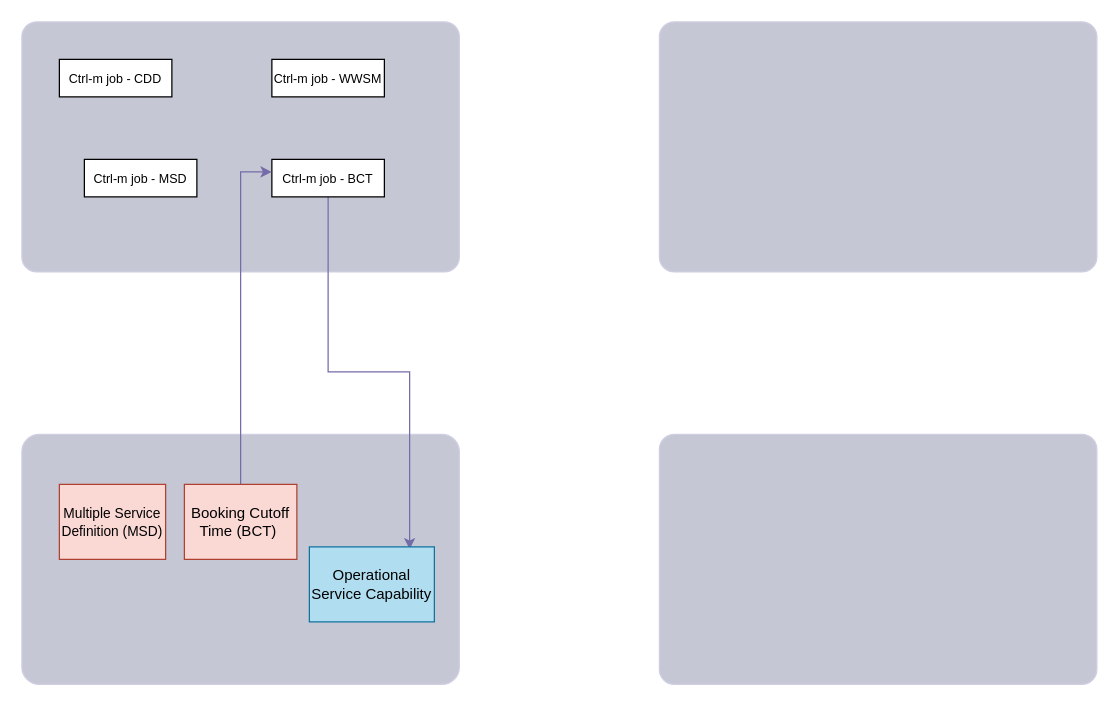
This is Diagram/Untitled Diagram.drawio from Str4nge/Draw_io, a draw.io file, before an edit. Source tidied: cells renumbered, new cells numbered last; positions are measured from the earlier drawing's top-left corner, leaving out a move shared by most shapes. Both pictures are drawn from the tidied source at 125%, with x=0, y=0 at pixel (21, 21).
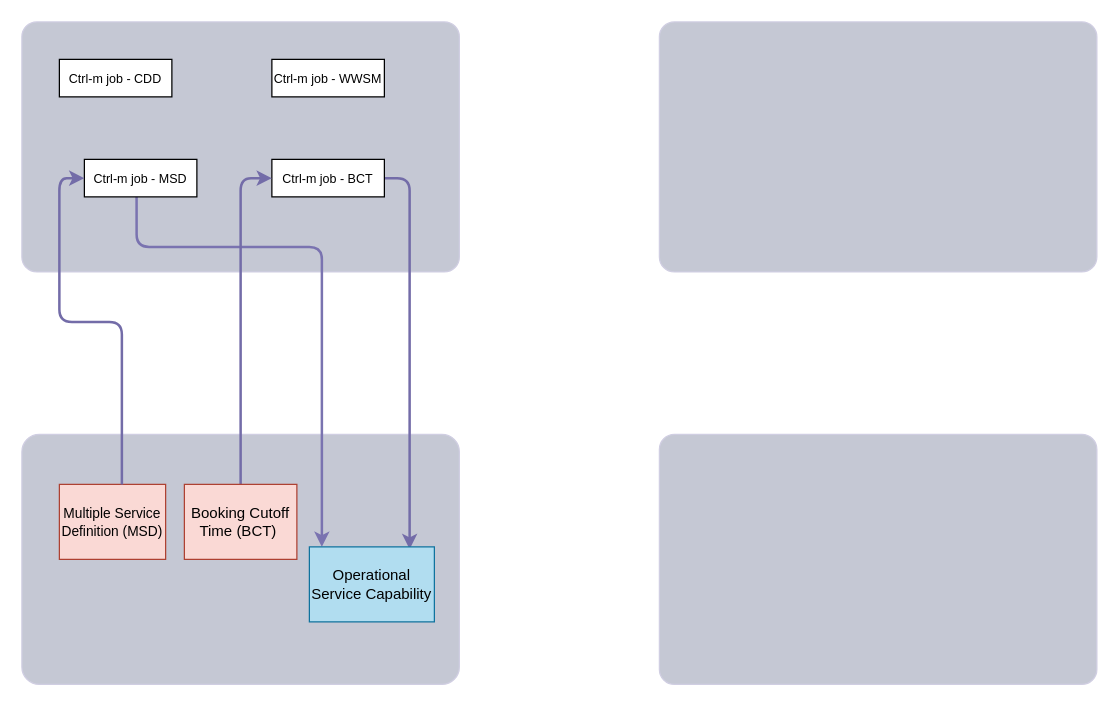
After the change.

The change refers to these unchanged cells:
```xml
<mxCell id="2" style="rounded=1;whiteSpace=wrap;html=1;labelBackgroundColor=none;fillColor=#C5C8D4;strokeColor=#D0CEE2;fontColor=#1A1A1A;arcSize=6;" parent="1" vertex="1">
  <mxGeometry width="350" height="200" as="geometry" />
</mxCell>
<mxCell id="9" value="&lt;font style=&quot;font-size: 10px;&quot;&gt;Ctrl-m job - BCT&lt;/font&gt;" style="rounded=0;whiteSpace=wrap;html=1;" parent="1" vertex="1">
  <mxGeometry x="200" y="110" width="90" height="30" as="geometry" />
</mxCell>
<mxCell id="10" value="&lt;font style=&quot;font-size: 10px;&quot;&gt;Ctrl-m job - MSD&lt;/font&gt;" style="rounded=0;whiteSpace=wrap;html=1;" parent="1" vertex="1">
  <mxGeometry x="50" y="110" width="90" height="30" as="geometry" />
</mxCell>
<mxCell id="13" value="Booking Cutoff Time (BCT)&amp;nbsp;" style="rounded=0;whiteSpace=wrap;html=1;strokeColor=#ae4132;fillColor=#fad9d5;" parent="1" vertex="1">
  <mxGeometry x="130" y="370" width="90" height="60" as="geometry" />
</mxCell>
<mxCell id="14" value="Operational Service Capability" style="rounded=0;whiteSpace=wrap;html=1;strokeColor=#10739e;fillColor=#b1ddf0;" parent="1" vertex="1">
  <mxGeometry x="230" y="420" width="100" height="60" as="geometry" />
</mxCell>
```

The edit, as a diff of the source:
```diff
@@
-    <mxCell id="8" style="edgeStyle=orthogonalEdgeStyle;rounded=0;jettySize=auto;html=1;entryX=0.802;entryY=0.031;entryDx=0;entryDy=0;entryPerimeter=0;strokeColor=#736CA8;fontColor=#1A1A1A;" parent="1" edge="1" source="9" target="14">
+    <mxCell id="8" style="edgeStyle=orthogonalEdgeStyle;rounded=1;jettySize=auto;html=1;entryX=0.802;entryY=0.031;entryDx=0;entryDy=0;entryPerimeter=0;strokeColor=#736CA8;fontColor=#1A1A1A;jumpStyle=arc;strokeWidth=2;exitX=1;exitY=0.5;exitDx=0;exitDy=0;" parent="1" edge="1" source="9" target="14">
       <mxGeometry relative="1" as="geometry" />
     </mxCell>
@@
+    <mxCell id="15" style="edgeStyle=orthogonalEdgeStyle;rounded=1;jettySize=auto;html=1;strokeColor=#7a73b0;exitX=0.464;exitY=0.965;exitDx=0;exitDy=0;exitPerimeter=0;strokeWidth=2;targetPerimeterSpacing=0;jumpSize=6;" parent="1" edge="1" source="10" target="14">
+      <mxGeometry relative="1" as="geometry">
+        <Array as="points">
+          <mxPoint x="92" y="180" />
+          <mxPoint x="240" y="180" />
+        </Array>
+      </mxGeometry>
+    </mxCell>
@@
-    <mxCell id="12" style="edgeStyle=orthogonalEdgeStyle;rounded=0;jettySize=auto;html=1;strokeColor=#736CA8;fontColor=#1A1A1A;entryX=0.571;entryY=0.6;entryDx=0;entryDy=0;entryPerimeter=0;" parent="1" edge="1" source="13" target="2">
+    <mxCell id="12" style="edgeStyle=orthogonalEdgeStyle;rounded=1;jettySize=auto;html=1;strokeColor=#736CA8;fontColor=#1A1A1A;entryX=0;entryY=0.5;entryDx=0;entryDy=0;strokeWidth=2;" parent="1" edge="1" source="13" target="9">
       <mxGeometry relative="1" as="geometry">
         <Array as="points">
-          <mxPoint x="175" y="120" />
+          <mxPoint x="175" y="125" />
         </Array>
       </mxGeometry>
     </mxCell>
@@
+    <mxCell id="16" style="edgeStyle=orthogonalEdgeStyle;rounded=1;jettySize=auto;html=1;strokeColor=#736CA8;fontColor=#1A1A1A;entryX=0;entryY=0.5;entryDx=0;entryDy=0;strokeWidth=2;" parent="1" edge="1" target="10">
+      <mxGeometry relative="1" as="geometry">
+        <mxPoint x="80" y="370" as="sourcePoint" />
+        <Array as="points">
+          <mxPoint x="80" y="370" />
+          <mxPoint x="80" y="240" />
+          <mxPoint x="30" y="240" />
+          <mxPoint x="30" y="125" />
+        </Array>
+      </mxGeometry>
+    </mxCell>
```
